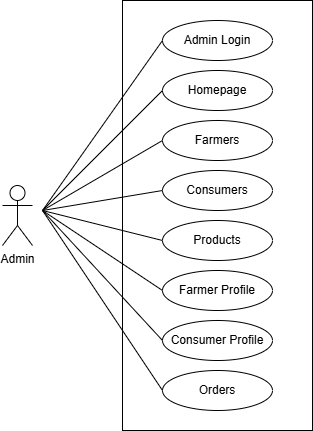
This is IMG/UseCase.drawio.png from RmnRj/Farmo-Doc, a draw.io export, as it was before one commit. Source tidied: cells renumbered, new cells last; positions are measured from the earlier drawing's top-left corner, leaving out a move shared by most shapes. The source it was exported from:
```xml
<mxGraphModel>
  <root>
    <mxCell id="0" />
    <mxCell id="1" parent="0" />
    <mxCell id="2" style="rounded=0;whiteSpace=wrap;html=1;" parent="1" vertex="1">
      <mxGeometry x="120" width="190" height="430" as="geometry" />
    </mxCell>
    <mxCell id="3" value="Admin Login" style="ellipse;whiteSpace=wrap;html=1;align=center;" parent="1" vertex="1">
      <mxGeometry x="160" y="20" width="110" height="40" as="geometry" />
    </mxCell>
    <mxCell id="4" value="Homepage" style="ellipse;whiteSpace=wrap;html=1;align=center;" parent="1" vertex="1">
      <mxGeometry x="160" y="70" width="110" height="40" as="geometry" />
    </mxCell>
    <mxCell id="5" value="Farmers" style="ellipse;whiteSpace=wrap;html=1;align=center;" parent="1" vertex="1">
      <mxGeometry x="160" y="120" width="110" height="40" as="geometry" />
    </mxCell>
    <mxCell id="6" value="Consumers" style="ellipse;whiteSpace=wrap;html=1;align=center;" parent="1" vertex="1">
      <mxGeometry x="160" y="170" width="110" height="40" as="geometry" />
    </mxCell>
    <mxCell id="7" value="Products" style="ellipse;whiteSpace=wrap;html=1;align=center;" parent="1" vertex="1">
      <mxGeometry x="160" y="220" width="110" height="40" as="geometry" />
    </mxCell>
    <mxCell id="8" value="Farmer Profile" style="ellipse;whiteSpace=wrap;html=1;align=center;" parent="1" vertex="1">
      <mxGeometry x="160" y="270" width="110" height="40" as="geometry" />
    </mxCell>
    <mxCell id="9" value="Consumer Profile" style="ellipse;whiteSpace=wrap;html=1;align=center;" parent="1" vertex="1">
      <mxGeometry x="160" y="320" width="110" height="40" as="geometry" />
    </mxCell>
    <mxCell id="10" value="Orders" style="ellipse;whiteSpace=wrap;html=1;align=center;" parent="1" vertex="1">
      <mxGeometry x="160" y="370" width="110" height="40" as="geometry" />
    </mxCell>
    <mxCell id="11" value="Admin" style="shape=umlActor;verticalLabelPosition=bottom;verticalAlign=top;html=1;" parent="1" vertex="1">
      <mxGeometry y="185" width="30" height="60" as="geometry" />
    </mxCell>
    <mxCell id="12" style="endArrow=none;html=1;rounded=0;entryX=0;entryY=0.5;entryDx=0;entryDy=0;" parent="1" edge="1" target="3">
      <mxGeometry relative="1" as="geometry">
        <mxPoint x="40" y="210" as="sourcePoint" />
      </mxGeometry>
    </mxCell>
    <mxCell id="13" style="endArrow=none;html=1;rounded=0;entryX=0;entryY=0.5;entryDx=0;entryDy=0;" parent="1" edge="1" target="4">
      <mxGeometry relative="1" as="geometry">
        <mxPoint x="40" y="210" as="sourcePoint" />
      </mxGeometry>
    </mxCell>
    <mxCell id="14" style="endArrow=none;html=1;rounded=0;entryX=0;entryY=0.5;entryDx=0;entryDy=0;" parent="1" edge="1" target="5">
      <mxGeometry relative="1" as="geometry">
        <mxPoint x="40" y="210" as="sourcePoint" />
      </mxGeometry>
    </mxCell>
    <mxCell id="15" style="endArrow=none;html=1;rounded=0;entryX=0;entryY=0.5;entryDx=0;entryDy=0;" parent="1" edge="1" target="6">
      <mxGeometry relative="1" as="geometry">
        <mxPoint x="40" y="210" as="sourcePoint" />
      </mxGeometry>
    </mxCell>
    <mxCell id="16" style="endArrow=none;html=1;rounded=0;entryX=0;entryY=0.5;entryDx=0;entryDy=0;" parent="1" edge="1" target="7">
      <mxGeometry relative="1" as="geometry">
        <mxPoint x="40" y="210" as="sourcePoint" />
      </mxGeometry>
    </mxCell>
    <mxCell id="17" style="endArrow=none;html=1;rounded=0;entryX=0;entryY=0.5;entryDx=0;entryDy=0;" parent="1" edge="1" target="8">
      <mxGeometry relative="1" as="geometry">
        <mxPoint x="40" y="210" as="sourcePoint" />
      </mxGeometry>
    </mxCell>
    <mxCell id="18" style="endArrow=none;html=1;rounded=0;entryX=0;entryY=0.5;entryDx=0;entryDy=0;" parent="1" edge="1" target="9">
      <mxGeometry relative="1" as="geometry">
        <mxPoint x="40" y="210" as="sourcePoint" />
      </mxGeometry>
    </mxCell>
    <mxCell id="19" style="endArrow=none;html=1;rounded=0;entryX=0;entryY=0.5;entryDx=0;entryDy=0;" parent="1" edge="1" target="10">
      <mxGeometry relative="1" as="geometry">
        <mxPoint x="40" y="210" as="sourcePoint" />
      </mxGeometry>
    </mxCell>
  </root>
</mxGraphModel>
```
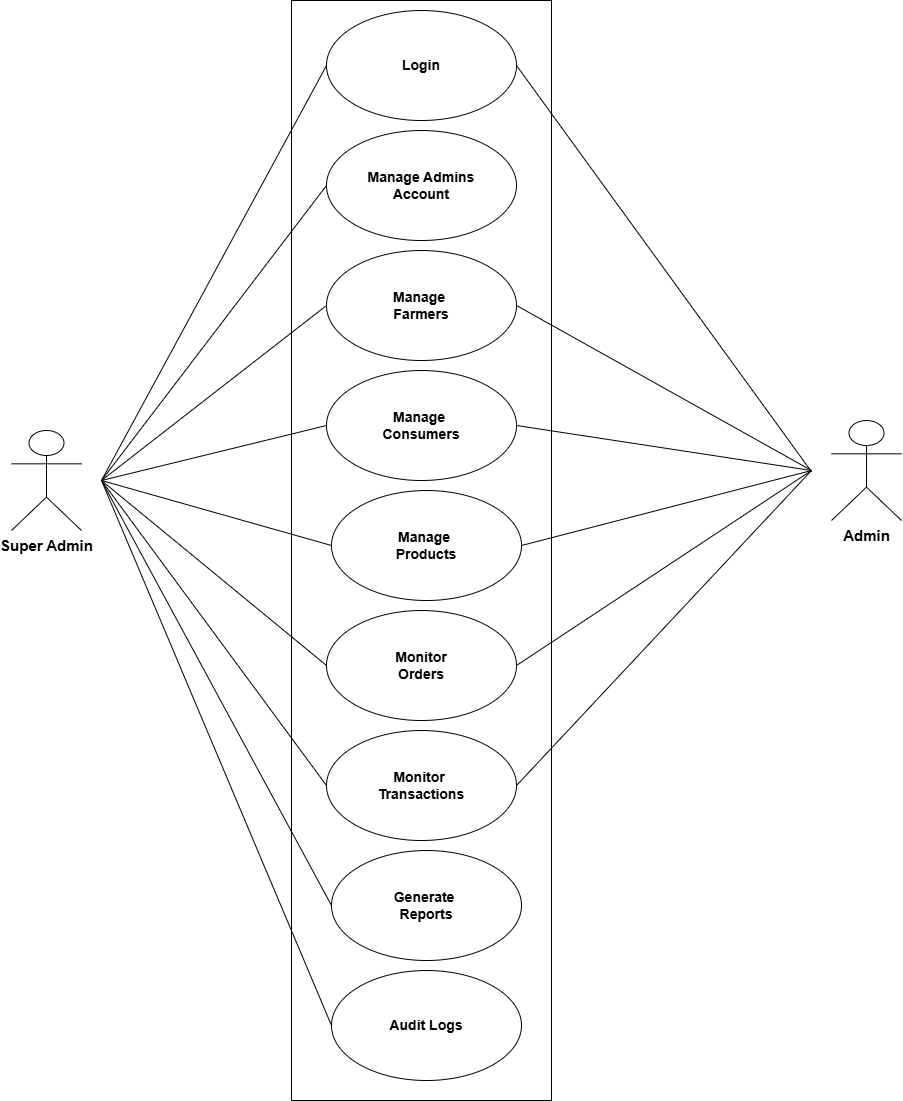
Later version of the same file.

The edit, as a diff of the source:
```diff
@@ -3,74 +3,115 @@
     <mxCell id="0" />
     <mxCell id="1" parent="0" />
     <mxCell id="2" style="rounded=0;whiteSpace=wrap;html=1;" parent="1" vertex="1">
-      <mxGeometry x="120" width="190" height="430" as="geometry" />
+      <mxGeometry x="120" width="260" height="1100" as="geometry" />
     </mxCell>
-    <mxCell id="3" value="Admin Login" style="ellipse;whiteSpace=wrap;html=1;align=center;" parent="1" vertex="1">
-      <mxGeometry x="160" y="20" width="110" height="40" as="geometry" />
-    </mxCell>
-    <mxCell id="4" value="Homepage" style="ellipse;whiteSpace=wrap;html=1;align=center;" parent="1" vertex="1">
-      <mxGeometry x="160" y="70" width="110" height="40" as="geometry" />
-    </mxCell>
-    <mxCell id="5" value="Farmers" style="ellipse;whiteSpace=wrap;html=1;align=center;" parent="1" vertex="1">
-      <mxGeometry x="160" y="120" width="110" height="40" as="geometry" />
-    </mxCell>
-    <mxCell id="6" value="Consumers" style="ellipse;whiteSpace=wrap;html=1;align=center;" parent="1" vertex="1">
-      <mxGeometry x="160" y="170" width="110" height="40" as="geometry" />
-    </mxCell>
-    <mxCell id="7" value="Products" style="ellipse;whiteSpace=wrap;html=1;align=center;" parent="1" vertex="1">
-      <mxGeometry x="160" y="220" width="110" height="40" as="geometry" />
-    </mxCell>
-    <mxCell id="8" value="Farmer Profile" style="ellipse;whiteSpace=wrap;html=1;align=center;" parent="1" vertex="1">
-      <mxGeometry x="160" y="270" width="110" height="40" as="geometry" />
-    </mxCell>
-    <mxCell id="9" value="Consumer Profile" style="ellipse;whiteSpace=wrap;html=1;align=center;" parent="1" vertex="1">
-      <mxGeometry x="160" y="320" width="110" height="40" as="geometry" />
-    </mxCell>
-    <mxCell id="10" value="Orders" style="ellipse;whiteSpace=wrap;html=1;align=center;" parent="1" vertex="1">
-      <mxGeometry x="160" y="370" width="110" height="40" as="geometry" />
-    </mxCell>
-    <mxCell id="11" value="Admin" style="shape=umlActor;verticalLabelPosition=bottom;verticalAlign=top;html=1;" parent="1" vertex="1">
-      <mxGeometry y="185" width="30" height="60" as="geometry" />
+    <mxCell id="11" value="&lt;font style=&quot;font-size: 15px;&quot;&gt;&lt;b&gt;Super Admin&lt;/b&gt;&lt;/font&gt;" style="shape=umlActor;verticalLabelPosition=bottom;verticalAlign=top;html=1;" parent="1" vertex="1">
+      <mxGeometry x="-160" y="430" width="70" height="100" as="geometry" />
     </mxCell>
-    <mxCell id="12" style="endArrow=none;html=1;rounded=0;entryX=0;entryY=0.5;entryDx=0;entryDy=0;" parent="1" edge="1" target="3">
-      <mxGeometry relative="1" as="geometry">
-        <mxPoint x="40" y="210" as="sourcePoint" />
-      </mxGeometry>
-    </mxCell>
-    <mxCell id="13" style="endArrow=none;html=1;rounded=0;entryX=0;entryY=0.5;entryDx=0;entryDy=0;" parent="1" edge="1" target="4">
-      <mxGeometry relative="1" as="geometry">
-        <mxPoint x="40" y="210" as="sourcePoint" />
-      </mxGeometry>
-    </mxCell>
-    <mxCell id="14" style="endArrow=none;html=1;rounded=0;entryX=0;entryY=0.5;entryDx=0;entryDy=0;" parent="1" edge="1" target="5">
-      <mxGeometry relative="1" as="geometry">
-        <mxPoint x="40" y="210" as="sourcePoint" />
-      </mxGeometry>
-    </mxCell>
-    <mxCell id="15" style="endArrow=none;html=1;rounded=0;entryX=0;entryY=0.5;entryDx=0;entryDy=0;" parent="1" edge="1" target="6">
-      <mxGeometry relative="1" as="geometry">
-        <mxPoint x="40" y="210" as="sourcePoint" />
-      </mxGeometry>
-    </mxCell>
-    <mxCell id="16" style="endArrow=none;html=1;rounded=0;entryX=0;entryY=0.5;entryDx=0;entryDy=0;" parent="1" edge="1" target="7">
-      <mxGeometry relative="1" as="geometry">
-        <mxPoint x="40" y="210" as="sourcePoint" />
-      </mxGeometry>
-    </mxCell>
-    <mxCell id="17" style="endArrow=none;html=1;rounded=0;entryX=0;entryY=0.5;entryDx=0;entryDy=0;" parent="1" edge="1" target="8">
-      <mxGeometry relative="1" as="geometry">
-        <mxPoint x="40" y="210" as="sourcePoint" />
-      </mxGeometry>
-    </mxCell>
-    <mxCell id="18" style="endArrow=none;html=1;rounded=0;entryX=0;entryY=0.5;entryDx=0;entryDy=0;" parent="1" edge="1" target="9">
-      <mxGeometry relative="1" as="geometry">
-        <mxPoint x="40" y="210" as="sourcePoint" />
-      </mxGeometry>
-    </mxCell>
-    <mxCell id="19" style="endArrow=none;html=1;rounded=0;entryX=0;entryY=0.5;entryDx=0;entryDy=0;" parent="1" edge="1" target="10">
-      <mxGeometry relative="1" as="geometry">
-        <mxPoint x="40" y="210" as="sourcePoint" />
-      </mxGeometry>
-    </mxCell>
+    <mxCell id="20" value="&lt;font style=&quot;font-size: 14px;&quot;&gt;&lt;b&gt;Login&lt;/b&gt;&lt;/font&gt;" style="ellipse;whiteSpace=wrap;html=1;" parent="1" vertex="1">
+      <mxGeometry x="155" y="10" width="190" height="110" as="geometry" />
+    </mxCell>
+    <mxCell id="21" value="&lt;span style=&quot;font-size: 14px;&quot;&gt;&lt;b&gt;Manage Admins&lt;/b&gt;&lt;/span&gt;&lt;div&gt;&lt;span style=&quot;font-size: 14px;&quot;&gt;&lt;b&gt;Account&lt;/b&gt;&lt;/span&gt;&lt;/div&gt;" style="ellipse;whiteSpace=wrap;html=1;" parent="1" vertex="1">
+      <mxGeometry x="155" y="130" width="190" height="110" as="geometry" />
+    </mxCell>
+    <mxCell id="22" value="&lt;span style=&quot;font-size: 14px;&quot;&gt;&lt;b&gt;Manage&amp;nbsp;&lt;/b&gt;&lt;/span&gt;&lt;div&gt;&lt;span style=&quot;font-size: 14px;&quot;&gt;&lt;b&gt;Farmers&lt;/b&gt;&lt;/span&gt;&lt;/div&gt;" style="ellipse;whiteSpace=wrap;html=1;" parent="1" vertex="1">
+      <mxGeometry x="155" y="250" width="190" height="110" as="geometry" />
+    </mxCell>
+    <mxCell id="23" value="&lt;span style=&quot;font-size: 14px;&quot;&gt;&lt;b&gt;Manage&amp;nbsp;&lt;/b&gt;&lt;/span&gt;&lt;div&gt;&lt;span style=&quot;font-size: 14px;&quot;&gt;&lt;b&gt;Consumers&lt;/b&gt;&lt;/span&gt;&lt;/div&gt;" style="ellipse;whiteSpace=wrap;html=1;" parent="1" vertex="1">
+      <mxGeometry x="155" y="370" width="190" height="110" as="geometry" />
+    </mxCell>
+    <mxCell id="24" value="&lt;span style=&quot;font-size: 14px;&quot;&gt;Manage&amp;nbsp;&lt;/span&gt;&lt;br&gt;&lt;div&gt;&lt;span style=&quot;font-size: 14px;&quot;&gt;&lt;span&gt;Products&lt;/span&gt;&lt;/span&gt;&lt;/div&gt;" style="ellipse;whiteSpace=wrap;html=1;fontStyle=1;" parent="1" vertex="1">
+      <mxGeometry x="160" y="490" width="190" height="110" as="geometry" />
+    </mxCell>
+    <mxCell id="25" value="&lt;span style=&quot;font-size: 14px;&quot;&gt;Monitor&lt;/span&gt;&lt;br&gt;&lt;div&gt;&lt;span style=&quot;font-size: 14px;&quot;&gt;Orders&lt;/span&gt;&lt;/div&gt;" style="ellipse;whiteSpace=wrap;html=1;fontStyle=1;" parent="1" vertex="1">
+      <mxGeometry x="155" y="610" width="190" height="110" as="geometry" />
+    </mxCell>
+    <mxCell id="26" value="&lt;span style=&quot;font-size: 14px;&quot;&gt;Monitor&lt;/span&gt;&lt;span style=&quot;font-size: 14px;&quot;&gt;&amp;nbsp;&lt;/span&gt;&lt;div&gt;&lt;span style=&quot;font-size: 14px;&quot;&gt;Transactions&lt;/span&gt;&lt;/div&gt;" style="ellipse;whiteSpace=wrap;html=1;fontStyle=1;" parent="1" vertex="1">
+      <mxGeometry x="155" y="730" width="190" height="110" as="geometry" />
+    </mxCell>
+    <mxCell id="27" value="&lt;span style=&quot;font-size: 14px;&quot;&gt;Generate&amp;nbsp;&lt;/span&gt;&lt;div&gt;&lt;span style=&quot;font-size: 14px;&quot;&gt;Reports&lt;/span&gt;&lt;/div&gt;" style="ellipse;whiteSpace=wrap;html=1;fontStyle=1;" parent="1" vertex="1">
+      <mxGeometry x="160" y="850" width="190" height="110" as="geometry" />
+    </mxCell>
+    <mxCell id="28" style="endArrow=none;html=1;rounded=0;entryX=0;entryY=0.5;entryDx=0;entryDy=0;" parent="1" edge="1" target="20">
+      <mxGeometry relative="1" as="geometry">
+        <mxPoint x="-70" y="480" as="sourcePoint" />
+      </mxGeometry>
+    </mxCell>
+    <mxCell id="29" style="endArrow=none;html=1;rounded=0;entryX=0;entryY=0.5;entryDx=0;entryDy=0;" parent="1" edge="1" target="21">
+      <mxGeometry relative="1" as="geometry">
+        <mxPoint x="-70" y="480" as="sourcePoint" />
+      </mxGeometry>
+    </mxCell>
+    <mxCell id="30" style="endArrow=none;html=1;rounded=0;entryX=0;entryY=0.5;entryDx=0;entryDy=0;" parent="1" edge="1" target="22">
+      <mxGeometry relative="1" as="geometry">
+        <mxPoint x="-70" y="480" as="sourcePoint" />
+      </mxGeometry>
+    </mxCell>
+    <mxCell id="31" style="endArrow=none;html=1;rounded=0;entryX=0;entryY=0.5;entryDx=0;entryDy=0;" parent="1" edge="1" target="23">
+      <mxGeometry relative="1" as="geometry">
+        <mxPoint x="-70" y="480" as="sourcePoint" />
+      </mxGeometry>
+    </mxCell>
+    <mxCell id="32" style="endArrow=none;html=1;rounded=0;entryX=0;entryY=0.5;entryDx=0;entryDy=0;" parent="1" edge="1" target="24">
+      <mxGeometry relative="1" as="geometry">
+        <mxPoint x="-70" y="480" as="sourcePoint" />
+      </mxGeometry>
+    </mxCell>
+    <mxCell id="33" style="endArrow=none;html=1;rounded=0;entryX=0;entryY=0.5;entryDx=0;entryDy=0;" parent="1" edge="1" target="25">
+      <mxGeometry relative="1" as="geometry">
+        <mxPoint x="-70" y="480" as="sourcePoint" />
+      </mxGeometry>
+    </mxCell>
+    <mxCell id="34" style="endArrow=none;html=1;rounded=0;entryX=0;entryY=0.5;entryDx=0;entryDy=0;" parent="1" edge="1" target="26">
+      <mxGeometry relative="1" as="geometry">
+        <mxPoint x="-70" y="480" as="sourcePoint" />
+      </mxGeometry>
+    </mxCell>
+    <mxCell id="35" style="endArrow=none;html=1;rounded=0;entryX=0;entryY=0.5;entryDx=0;entryDy=0;" parent="1" edge="1" target="27">
+      <mxGeometry relative="1" as="geometry">
+        <mxPoint x="-70" y="480" as="sourcePoint" />
+      </mxGeometry>
+    </mxCell>
+    <mxCell id="36" value="&lt;font style=&quot;font-size: 15px;&quot;&gt;&lt;b&gt;Admin&lt;/b&gt;&lt;/font&gt;" style="shape=umlActor;verticalLabelPosition=bottom;verticalAlign=top;html=1;" parent="1" vertex="1">
+      <mxGeometry x="660" y="420" width="70" height="100" as="geometry" />
+    </mxCell>
+    <mxCell id="37" style="endArrow=none;html=1;rounded=0;entryX=1;entryY=0.5;entryDx=0;entryDy=0;" parent="1" edge="1" target="20">
+      <mxGeometry relative="1" as="geometry">
+        <mxPoint x="640" y="471.2" as="sourcePoint" />
+      </mxGeometry>
+    </mxCell>
+    <mxCell id="38" style="endArrow=none;html=1;rounded=0;entryX=1;entryY=0.5;entryDx=0;entryDy=0;" parent="1" edge="1" target="22">
+      <mxGeometry relative="1" as="geometry">
+        <mxPoint x="640" y="470" as="sourcePoint" />
+      </mxGeometry>
+    </mxCell>
+    <mxCell id="39" style="endArrow=none;html=1;rounded=0;exitX=1;exitY=0.5;exitDx=0;exitDy=0;" parent="1" edge="1" source="23">
+      <mxGeometry relative="1" as="geometry">
+        <mxPoint x="640" y="470" as="targetPoint" />
+      </mxGeometry>
+    </mxCell>
+    <mxCell id="40" style="endArrow=none;html=1;rounded=0;entryX=1;entryY=0.5;entryDx=0;entryDy=0;" parent="1" edge="1" target="24">
+      <mxGeometry relative="1" as="geometry">
+        <mxPoint x="640" y="470" as="sourcePoint" />
+      </mxGeometry>
+    </mxCell>
+    <mxCell id="41" style="endArrow=none;html=1;rounded=0;exitX=1;exitY=0.5;exitDx=0;exitDy=0;" parent="1" edge="1" source="25">
+      <mxGeometry relative="1" as="geometry">
+        <mxPoint x="640" y="470" as="targetPoint" />
+      </mxGeometry>
+    </mxCell>
+    <mxCell id="42" style="endArrow=none;html=1;rounded=0;exitX=1;exitY=0.5;exitDx=0;exitDy=0;" parent="1" edge="1" source="26">
+      <mxGeometry relative="1" as="geometry">
+        <mxPoint x="640" y="470" as="targetPoint" />
+      </mxGeometry>
+    </mxCell>
+    <mxCell id="43" value="&lt;span style=&quot;font-size: 14px;&quot;&gt;Audit Logs&lt;/span&gt;" style="ellipse;whiteSpace=wrap;html=1;fontStyle=1;" parent="1" vertex="1">
+      <mxGeometry x="160" y="970" width="190" height="110" as="geometry" />
+    </mxCell>
+    <mxCell id="44" style="endArrow=none;html=1;rounded=0;entryX=0;entryY=0.5;entryDx=0;entryDy=0;" parent="1" edge="1" target="43">
+      <mxGeometry relative="1" as="geometry">
+        <mxPoint x="-70" y="480" as="sourcePoint" />
+      </mxGeometry>
+    </mxCell>
   </root>
 </mxGraphModel>
```
